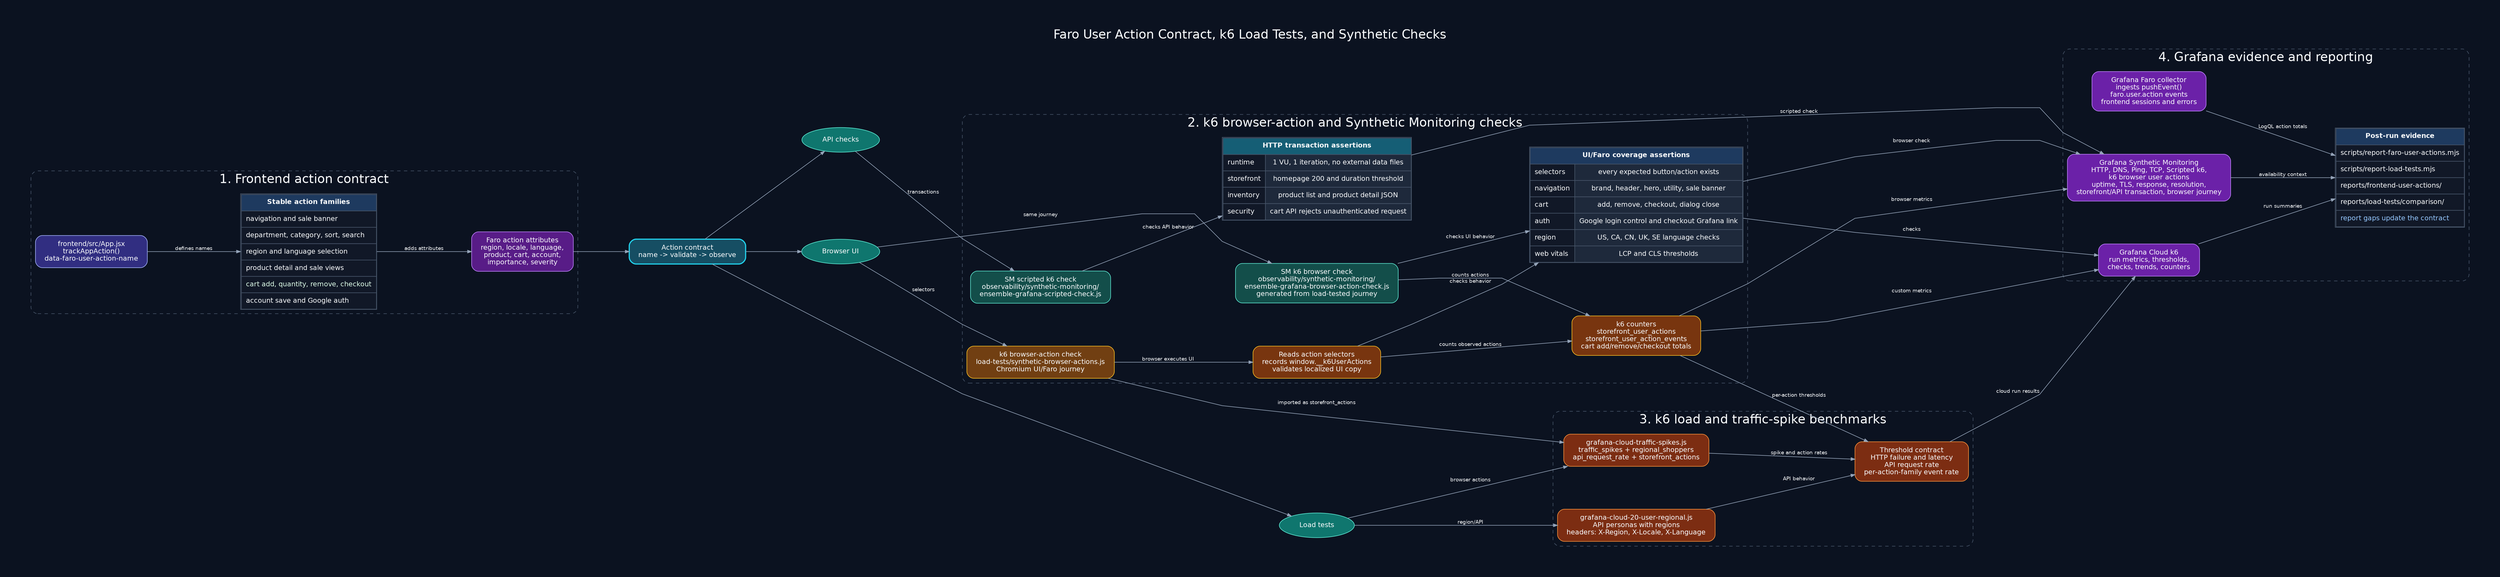
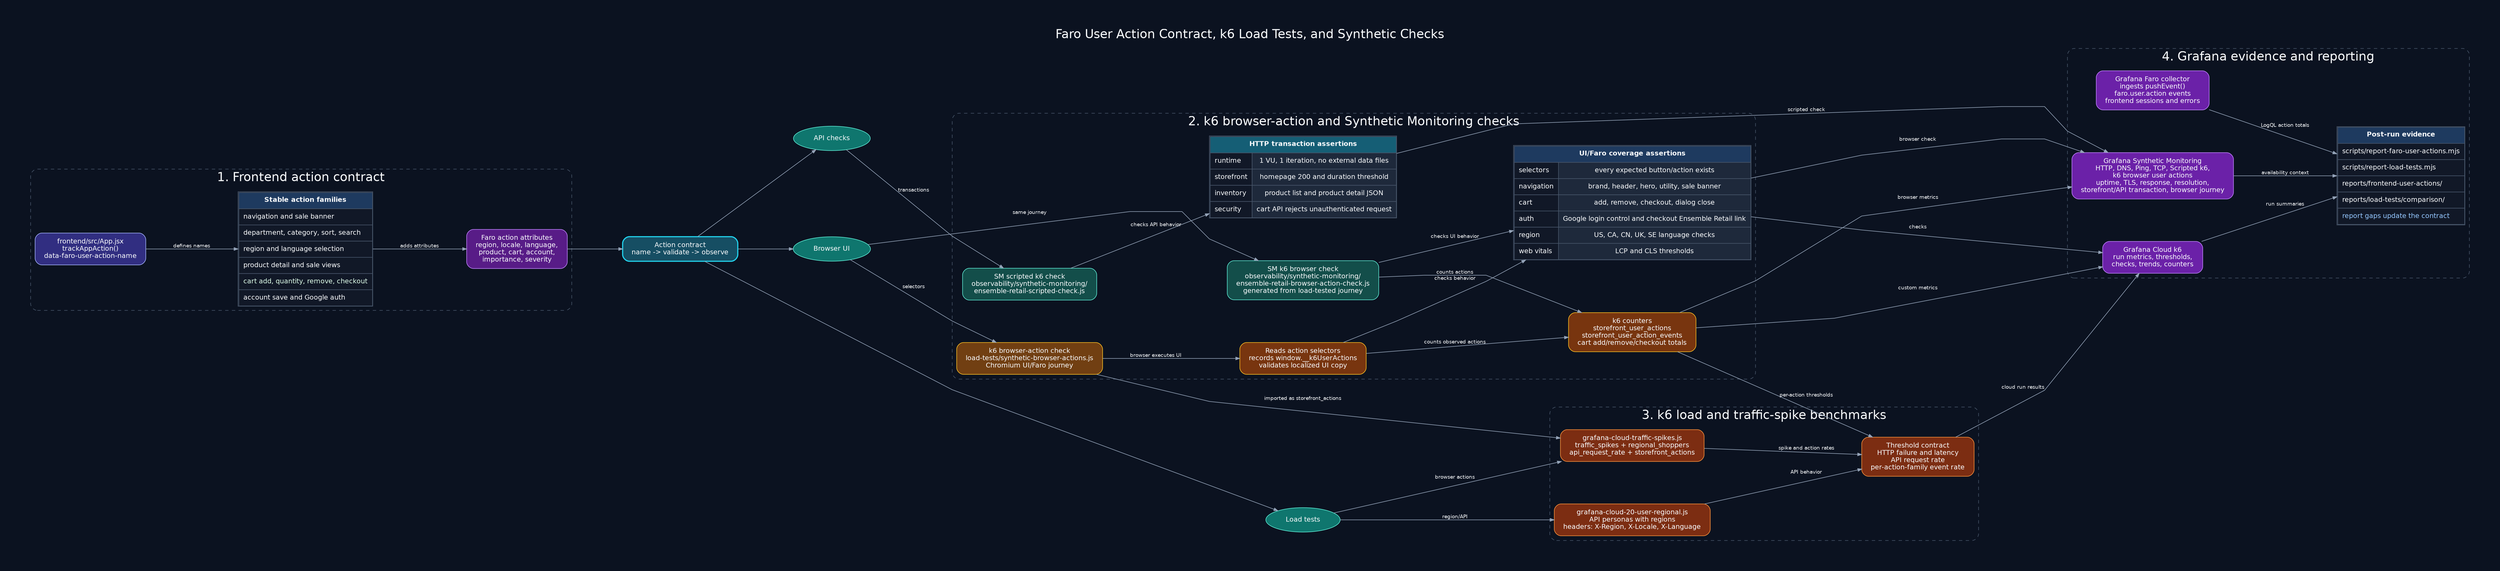
digraph faro_k6_contract_relationships {
  graph [
    rankdir=LR,
    bgcolor="#0b1220",
    fontcolor="#f8fafc",
    fontname="Helvetica",
    fontsize=22,
    labelloc=t,
    label="Faro User Action Contract, k6 Load Tests, and Synthetic Checks",
    pad=0.65,
    nodesep=1.05,
    ranksep=1.35,
    splines=polyline
  ];

  node [
    shape=box,
    style="rounded,filled",
    fontname="Helvetica",
    fontsize=12,
    color="#64748b",
    fillcolor="#111827",
    fontcolor="#f8fafc",
    margin="0.22,0.13"
  ];

  edge [
    color="#94a3b8",
    fontcolor="#f8fafc",
    fontname="Helvetica",
    fontsize=9,
    arrowsize=0.7
  ];

  subgraph cluster_contract {
    label="1. Frontend action contract";
    color="#475569";
    fontcolor="#f8fafc";
    style="rounded,dashed";

    app_js [
      label="frontend/src/App.jsx\ntrackAppAction()\ndata-faro-user-action-name",
      fillcolor="#312e81",
      color="#a5b4fc"
    ];

    action_taxonomy [
      shape=plain,
      label=<
        <TABLE BORDER="1" CELLBORDER="1" CELLSPACING="0" CELLPADDING="7" COLOR="#475569">
          <TR><TD BGCOLOR="#1e3a5f"><FONT COLOR="#f8fafc"><B>Stable action families</B></FONT></TD></TR>
          <TR><TD BGCOLOR="#111827" ALIGN="LEFT"><FONT COLOR="#f8fafc">navigation and sale banner</FONT></TD></TR>
          <TR><TD BGCOLOR="#111827" ALIGN="LEFT"><FONT COLOR="#f8fafc">department, category, sort, search</FONT></TD></TR>
          <TR><TD BGCOLOR="#111827" ALIGN="LEFT"><FONT COLOR="#f8fafc">region and language selection</FONT></TD></TR>
          <TR><TD BGCOLOR="#111827" ALIGN="LEFT"><FONT COLOR="#f8fafc">product detail and sale views</FONT></TD></TR>
          <TR><TD BGCOLOR="#111827" ALIGN="LEFT"><FONT COLOR="#dcfce7">cart add, quantity, remove, checkout</FONT></TD></TR>
          <TR><TD BGCOLOR="#111827" ALIGN="LEFT"><FONT COLOR="#f8fafc">account save and Google auth</FONT></TD></TR>
        </TABLE>
      >
    ];

    faro_attrs [
      label="Faro action attributes\nregion, locale, language,\nproduct, cart, account,\nimportance, severity",
      fillcolor="#581c87",
      color="#c084fc"
    ];
  }

  subgraph cluster_browser_check {
    label="2. k6 browser-action and Synthetic Monitoring checks";
    color="#475569";
    fontcolor="#f8fafc";
    style="rounded,dashed";

    synthetic_script [
      label="k6 browser-action check\nload-tests/synthetic-browser-actions.js\nChromium UI/Faro journey",
      fillcolor="#713f12",
      color="#fbbf24"
    ];

    dom_probe [
      label="Reads action selectors\nrecords window.__k6UserActions\nvalidates localized UI copy",
      fillcolor="#78350f",
      color="#fbbf24"
    ];

    synthetic_assertions [
      shape=plain,
      label=<
        <TABLE BORDER="1" CELLBORDER="1" CELLSPACING="0" CELLPADDING="7" COLOR="#475569">
          <TR><TD BGCOLOR="#1e3a5f" COLSPAN="2"><FONT COLOR="#f8fafc"><B>UI/Faro coverage assertions</B></FONT></TD></TR>
          <TR><TD BGCOLOR="#111827" ALIGN="LEFT"><FONT COLOR="#f8fafc">selectors</FONT></TD><TD BGCOLOR="#1e293b"><FONT COLOR="#f8fafc">every expected button/action exists</FONT></TD></TR>
          <TR><TD BGCOLOR="#111827" ALIGN="LEFT"><FONT COLOR="#f8fafc">navigation</FONT></TD><TD BGCOLOR="#1e293b"><FONT COLOR="#f8fafc">brand, header, hero, utility, sale banner</FONT></TD></TR>
          <TR><TD BGCOLOR="#111827" ALIGN="LEFT"><FONT COLOR="#f8fafc">cart</FONT></TD><TD BGCOLOR="#1e293b"><FONT COLOR="#f8fafc">add, remove, checkout, dialog close</FONT></TD></TR>
-           <TR><TD BGCOLOR="#111827" ALIGN="LEFT"><FONT COLOR="#f8fafc">auth</FONT></TD><TD BGCOLOR="#1e293b"><FONT COLOR="#f8fafc">Google login control and checkout Grafana link</FONT></TD></TR>
+           <TR><TD BGCOLOR="#111827" ALIGN="LEFT"><FONT COLOR="#f8fafc">auth</FONT></TD><TD BGCOLOR="#1e293b"><FONT COLOR="#f8fafc">Google login control and checkout Ensemble Retail link</FONT></TD></TR>
          <TR><TD BGCOLOR="#111827" ALIGN="LEFT"><FONT COLOR="#f8fafc">region</FONT></TD><TD BGCOLOR="#1e293b"><FONT COLOR="#f8fafc">US, CA, CN, UK, SE language checks</FONT></TD></TR>
          <TR><TD BGCOLOR="#111827" ALIGN="LEFT"><FONT COLOR="#f8fafc">web vitals</FONT></TD><TD BGCOLOR="#1e293b"><FONT COLOR="#f8fafc">LCP and CLS thresholds</FONT></TD></TR>
        </TABLE>
      >
    ];

    synthetic_counters [
      label="k6 counters\nstorefront_user_actions\nstorefront_user_action_events\ncart add/remove/checkout totals",
      fillcolor="#78350f",
      color="#fbbf24"
    ];

    sm_scripted [
-       label="SM scripted k6 check\nobservability/synthetic-monitoring/\nensemble-grafana-scripted-check.js",
+       label="SM scripted k6 check\nobservability/synthetic-monitoring/\nensemble-retail-scripted-check.js",
      fillcolor="#134e4a",
      color="#5eead4"
    ];

    sm_browser [
-       label="SM k6 browser check\nobservability/synthetic-monitoring/\nensemble-grafana-browser-action-check.js\ngenerated from load-tested journey",
+       label="SM k6 browser check\nobservability/synthetic-monitoring/\nensemble-retail-browser-action-check.js\ngenerated from load-tested journey",
      fillcolor="#134e4a",
      color="#5eead4"
    ];

    sm_assertions [
      shape=plain,
      label=<
        <TABLE BORDER="1" CELLBORDER="1" CELLSPACING="0" CELLPADDING="7" COLOR="#475569">
          <TR><TD BGCOLOR="#155e75" COLSPAN="2"><FONT COLOR="#f8fafc"><B>HTTP transaction assertions</B></FONT></TD></TR>
          <TR><TD BGCOLOR="#111827" ALIGN="LEFT"><FONT COLOR="#f8fafc">runtime</FONT></TD><TD BGCOLOR="#1e293b"><FONT COLOR="#f8fafc">1 VU, 1 iteration, no external data files</FONT></TD></TR>
          <TR><TD BGCOLOR="#111827" ALIGN="LEFT"><FONT COLOR="#f8fafc">storefront</FONT></TD><TD BGCOLOR="#1e293b"><FONT COLOR="#f8fafc">homepage 200 and duration threshold</FONT></TD></TR>
          <TR><TD BGCOLOR="#111827" ALIGN="LEFT"><FONT COLOR="#f8fafc">inventory</FONT></TD><TD BGCOLOR="#1e293b"><FONT COLOR="#f8fafc">product list and product detail JSON</FONT></TD></TR>
          <TR><TD BGCOLOR="#111827" ALIGN="LEFT"><FONT COLOR="#f8fafc">security</FONT></TD><TD BGCOLOR="#1e293b"><FONT COLOR="#f8fafc">cart API rejects unauthenticated request</FONT></TD></TR>
        </TABLE>
      >
    ];
  }

  subgraph cluster_load_test {
    label="3. k6 load and traffic-spike benchmarks";
    color="#475569";
    fontcolor="#f8fafc";
    style="rounded,dashed";

    regional_load [
      label="grafana-cloud-20-user-regional.js\nAPI personas with regions\nheaders: X-Region, X-Locale, X-Language",
      fillcolor="#7c2d12",
      color="#fb923c"
    ];

    spike_load [
      label="grafana-cloud-traffic-spikes.js\ntraffic_spikes + regional_shoppers\napi_request_rate + storefront_actions",
      fillcolor="#7c2d12",
      color="#fb923c"
    ];

    load_thresholds [
      label="Threshold contract\nHTTP failure and latency\nAPI request rate\nper-action-family event rate",
      fillcolor="#7c2d12",
      color="#fb923c"
    ];
  }

  subgraph cluster_grafana_evidence {
    label="4. Grafana evidence and reporting";
    color="#475569";
    fontcolor="#f8fafc";
    style="rounded,dashed";

    faro_cloud [
      label="Grafana Faro collector\ningests pushEvent()\nfaro.user.action events\nfrontend sessions and errors",
      fillcolor="#6b21a8",
      color="#c084fc"
    ];

    k6_cloud [
      label="Grafana Cloud k6\nrun metrics, thresholds,\nchecks, trends, counters",
      fillcolor="#6b21a8",
      color="#c084fc"
    ];

    synthetic_monitoring [
      label="Grafana Synthetic Monitoring\nHTTP, DNS, Ping, TCP, Scripted k6,\nk6 browser user actions\nuptime, TLS, response, resolution,\nstorefront/API transaction, browser journey",
      fillcolor="#6b21a8",
      color="#c084fc"
    ];

    reports [
      shape=plain,
      label=<
        <TABLE BORDER="1" CELLBORDER="1" CELLSPACING="0" CELLPADDING="7" COLOR="#475569">
          <TR><TD BGCOLOR="#1e3a5f"><FONT COLOR="#f8fafc"><B>Post-run evidence</B></FONT></TD></TR>
          <TR><TD BGCOLOR="#111827" ALIGN="LEFT"><FONT COLOR="#f8fafc">scripts/report-faro-user-actions.mjs</FONT></TD></TR>
          <TR><TD BGCOLOR="#111827" ALIGN="LEFT"><FONT COLOR="#f8fafc">scripts/report-load-tests.mjs</FONT></TD></TR>
          <TR><TD BGCOLOR="#111827" ALIGN="LEFT"><FONT COLOR="#f8fafc">reports/frontend-user-actions/</FONT></TD></TR>
          <TR><TD BGCOLOR="#111827" ALIGN="LEFT"><FONT COLOR="#f8fafc">reports/load-tests/comparison/</FONT></TD></TR>
          <TR><TD BGCOLOR="#111827" ALIGN="LEFT"><FONT COLOR="#93c5fd">report gaps update the contract</FONT></TD></TR>
        </TABLE>
      >
    ];
  }

  contract_rule [
    label="Action contract\nname -> validate -> observe",
    fillcolor="#164e63",
    color="#22d3ee",
    penwidth=2
  ];

  browser_contract [
    label="Browser UI",
    shape=ellipse,
    fillcolor="#0f766e",
    color="#5eead4"
  ];

  api_contract [
    label="API checks",
    shape=ellipse,
    fillcolor="#0f766e",
    color="#5eead4"
  ];

  load_contract [
    label="Load tests",
    shape=ellipse,
    fillcolor="#0f766e",
    color="#5eead4"
  ];

  app_js -> action_taxonomy [label="defines names"];
  action_taxonomy -> faro_attrs [label="adds attributes"];
  faro_attrs -> contract_rule [label=""];

  contract_rule -> browser_contract [label=""];
  contract_rule -> api_contract [label=""];
  contract_rule -> load_contract [label=""];

  browser_contract -> synthetic_script [label="selectors"];
  synthetic_script -> dom_probe [label="browser executes UI"];
  dom_probe -> synthetic_assertions [label="checks behavior"];
  dom_probe -> synthetic_counters [label="counts observed actions"];
  api_contract -> sm_scripted [label="transactions"];
  sm_scripted -> sm_assertions [label="checks API behavior"];
  browser_contract -> sm_browser [label="same journey"];
  sm_browser -> synthetic_assertions [label="checks UI behavior"];
  sm_browser -> synthetic_counters [label="counts actions"];

  load_contract -> regional_load [label="region/API"];
  load_contract -> spike_load [label="browser actions"];
  synthetic_script -> spike_load [label="imported as storefront_actions"];
  regional_load -> load_thresholds [label="API behavior"];
  spike_load -> load_thresholds [label="spike and action rates"];
  synthetic_counters -> load_thresholds [label="per-action thresholds"];

  synthetic_assertions -> k6_cloud [label="checks"];
  synthetic_counters -> k6_cloud [label="custom metrics"];
  sm_assertions -> synthetic_monitoring [label="scripted check"];
  synthetic_assertions -> synthetic_monitoring [label="browser check"];
  synthetic_counters -> synthetic_monitoring [label="browser metrics"];
  load_thresholds -> k6_cloud [label="cloud run results"];
  synthetic_monitoring -> reports [label="availability context"];
  faro_cloud -> reports [label="LogQL action totals"];
  k6_cloud -> reports [label="run summaries"];
}
